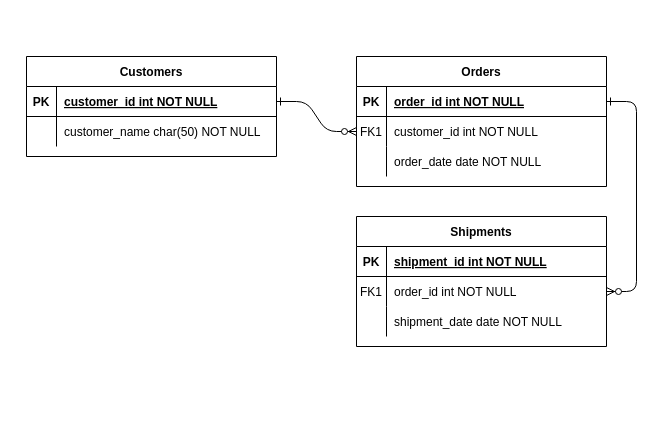
Before: ECサイトER.drawio in hie3-336/rails_ec, a draw.io diagram. Source tidied: cells renumbered, new cells numbered last; positions are measured from the earlier drawing's top-left corner, leaving out a move shared by most shapes. Both pictures are drawn from the tidied source at 100%, with x=0, y=0 at pixel (26, 56).
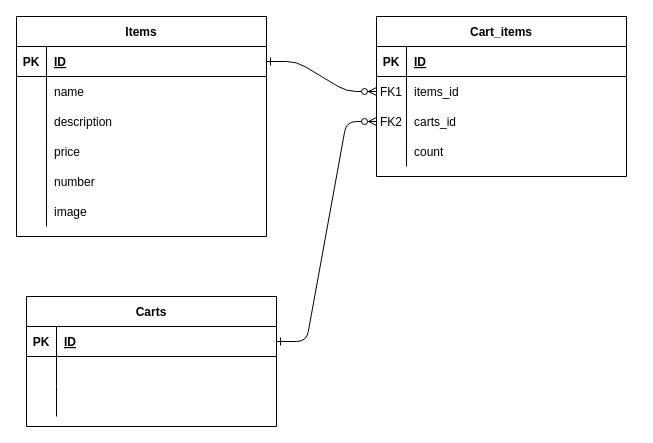
The same diagram, later.

Commit message:
ECサイトER.drawio を更新します

Unchanged cells that the change refers to:
```xml
<mxCell id="5" style="shape=partialRectangle;fillColor=none;points=[[0,0.5],[1,0.5]];portConstraint=eastwest;top=0;left=0;right=0;bottom=1;" parent="4" vertex="1">
  <mxGeometry y="30" width="250" height="30" as="geometry" />
</mxCell>
<mxCell id="8" style="shape=partialRectangle;fillColor=none;points=[[0,0.5],[1,0.5]];portConstraint=eastwest;top=0;left=0;right=0;bottom=0;" parent="4" vertex="1">
  <mxGeometry y="60" width="250" height="30" as="geometry" />
</mxCell>
<mxCell id="11" style="shape=partialRectangle;fillColor=none;points=[[0,0.5],[1,0.5]];portConstraint=eastwest;top=0;left=0;right=0;bottom=0;" parent="4" vertex="1">
  <mxGeometry y="90" width="250" height="30" as="geometry" />
</mxCell>
<mxCell id="15" style="shape=partialRectangle;fillColor=none;points=[[0,0.5],[1,0.5]];portConstraint=eastwest;top=0;left=0;right=0;bottom=1;" parent="14" vertex="1">
  <mxGeometry y="30" width="250" height="30" as="geometry" />
</mxCell>
<mxCell id="18" style="shape=partialRectangle;fillColor=none;points=[[0,0.5],[1,0.5]];portConstraint=eastwest;top=0;left=0;right=0;bottom=0;" parent="14" vertex="1">
  <mxGeometry y="60" width="250" height="30" as="geometry" />
</mxCell>
<mxCell id="21" style="shape=partialRectangle;fillColor=none;top=0;left=0;right=0;bottom=0;" parent="14" vertex="1">
  <mxGeometry y="90" width="250" height="30" as="geometry" />
</mxCell>
<mxCell id="25" style="shape=partialRectangle;fillColor=none;points=[[0,0.5],[1,0.5]];portConstraint=eastwest;top=0;left=0;right=0;bottom=1;" parent="24" vertex="1">
  <mxGeometry y="30" width="250" height="30" as="geometry" />
</mxCell>
<mxCell id="28" style="shape=partialRectangle;fillColor=none;top=0;left=0;right=0;bottom=0;" parent="24" vertex="1">
  <mxGeometry y="60" width="250" height="30" as="geometry" />
</mxCell>
```

Change to the diagram source:
```diff
@@
-    <mxCell id="3" style="edgeStyle=entityRelationEdgeStyle;endArrow=ERzeroToMany;startArrow=ERone;endFill=1;startFill=0;" parent="1" edge="1" source="5" target="18">
-      <mxGeometry relative="1" as="geometry" />
+    <mxCell id="3" style="edgeStyle=entityRelationEdgeStyle;endArrow=ERzeroToMany;startArrow=ERone;endFill=1;startFill=0;entryX=0;entryY=0.5;entryDx=0;entryDy=0;exitX=1;exitY=0.5;exitDx=0;exitDy=0;" parent="1" edge="1" source="15" target="11">
+      <mxGeometry relative="1" as="geometry">
+        <Array as="points">
+          <mxPoint x="350" y="110" />
+        </Array>
+      </mxGeometry>
     </mxCell>
-    <mxCell id="4" value="Orders" style="shape=table;startSize=30;childLayout=tableLayout;rowLines=0;fontStyle=1;align=center;" parent="1" vertex="1">
-      <mxGeometry x="330" width="250" height="130" as="geometry" />
+    <mxCell id="4" value="Cart_items" style="shape=table;startSize=30;childLayout=tableLayout;rowLines=0;fontStyle=1;align=center;" parent="1" vertex="1">
+      <mxGeometry x="350" y="-40" width="250" height="160" as="geometry" />
     </mxCell>
@@
-    <mxCell id="7" value="order_id int NOT NULL " style="shape=partialRectangle;overflow=hidden;fillColor=none;top=0;left=0;bottom=0;right=0;align=left;spacingLeft=6;fontStyle=5;" parent="5" vertex="1">
+    <mxCell id="7" value="ID" style="shape=partialRectangle;overflow=hidden;fillColor=none;top=0;left=0;bottom=0;right=0;align=left;spacingLeft=6;fontStyle=5;" parent="5" vertex="1">
       <mxGeometry x="30" width="220" height="30" as="geometry" />
     </mxCell>
@@
-    <mxCell id="10" value="customer_id int NOT NULL" style="shape=partialRectangle;overflow=hidden;fillColor=none;top=0;left=0;bottom=0;right=0;align=left;spacingLeft=6;" parent="8" vertex="1">
+    <mxCell id="10" value="items_id" style="shape=partialRectangle;overflow=hidden;fillColor=none;top=0;left=0;bottom=0;right=0;align=left;spacingLeft=6;" parent="8" vertex="1">
       <mxGeometry x="30" width="220" height="30" as="geometry" />
     </mxCell>
@@
-    <mxCell id="12" style="shape=partialRectangle;overflow=hidden;fillColor=none;top=0;left=0;bottom=0;right=0;" parent="11" vertex="1">
+    <mxCell id="12" value="FK2" style="shape=partialRectangle;overflow=hidden;fillColor=none;top=0;left=0;bottom=0;right=0;" parent="11" vertex="1">
       <mxGeometry width="30" height="30" as="geometry" />
     </mxCell>
-    <mxCell id="13" value="order_date date NOT NULL" style="shape=partialRectangle;overflow=hidden;fillColor=none;top=0;left=0;bottom=0;right=0;align=left;spacingLeft=6;" parent="11" vertex="1">
+    <mxCell id="13" value="carts_id" style="shape=partialRectangle;overflow=hidden;fillColor=none;top=0;left=0;bottom=0;right=0;align=left;spacingLeft=6;" parent="11" vertex="1">
       <mxGeometry x="30" width="220" height="30" as="geometry" />
     </mxCell>
+    <mxCell id="31" style="shape=partialRectangle;fillColor=none;top=0;left=0;right=0;bottom=0;" parent="4" vertex="1">
+      <mxGeometry y="120" width="250" height="30" as="geometry" />
+    </mxCell>
+    <mxCell id="32" style="shape=partialRectangle;overflow=hidden;fillColor=none;top=0;left=0;bottom=0;right=0;" parent="31" vertex="1">
+      <mxGeometry width="30" height="30" as="geometry" />
+    </mxCell>
+    <mxCell id="33" value="count" style="shape=partialRectangle;overflow=hidden;fillColor=none;top=0;left=0;bottom=0;right=0;align=left;spacingLeft=6;" parent="31" vertex="1">
+      <mxGeometry x="30" width="220" height="30" as="geometry" />
+    </mxCell>
-    <mxCell id="14" value="Shipments" style="shape=table;startSize=30;childLayout=tableLayout;rowLines=0;fontStyle=1;align=center;" parent="1" vertex="1">
-      <mxGeometry x="330" y="160" width="250" height="130" as="geometry" />
+    <mxCell id="14" value="Carts" style="shape=table;startSize=30;childLayout=tableLayout;rowLines=0;fontStyle=1;align=center;" parent="1" vertex="1">
+      <mxGeometry y="240" width="250" height="130" as="geometry" />
     </mxCell>
@@
-    <mxCell id="17" value="shipment_id int NOT NULL " style="shape=partialRectangle;overflow=hidden;fillColor=none;top=0;left=0;bottom=0;right=0;align=left;spacingLeft=6;fontStyle=5;" parent="15" vertex="1">
+    <mxCell id="17" value="ID" style="shape=partialRectangle;overflow=hidden;fillColor=none;top=0;left=0;bottom=0;right=0;align=left;spacingLeft=6;fontStyle=5;" parent="15" vertex="1">
       <mxGeometry x="30" width="220" height="30" as="geometry" />
     </mxCell>
@@
-    <mxCell id="19" value="FK1" style="shape=partialRectangle;overflow=hidden;fillColor=none;top=0;left=0;bottom=0;right=0;" parent="18" vertex="1">
+    <mxCell id="19" style="shape=partialRectangle;overflow=hidden;fillColor=none;top=0;left=0;bottom=0;right=0;" parent="18" vertex="1">
       <mxGeometry width="30" height="30" as="geometry" />
     </mxCell>
-    <mxCell id="20" value="order_id int NOT NULL" style="shape=partialRectangle;overflow=hidden;fillColor=none;top=0;left=0;bottom=0;right=0;align=left;spacingLeft=6;" parent="18" vertex="1">
+    <mxCell id="20" style="shape=partialRectangle;overflow=hidden;fillColor=none;top=0;left=0;bottom=0;right=0;align=left;spacingLeft=6;" parent="18" vertex="1">
       <mxGeometry x="30" width="220" height="30" as="geometry" />
     </mxCell>
@@
-    <mxCell id="23" value="shipment_date date NOT NULL" style="shape=partialRectangle;overflow=hidden;fillColor=none;top=0;left=0;bottom=0;right=0;align=left;spacingLeft=6;" parent="21" vertex="1">
+    <mxCell id="23" style="shape=partialRectangle;overflow=hidden;fillColor=none;top=0;left=0;bottom=0;right=0;align=left;spacingLeft=6;" parent="21" vertex="1">
       <mxGeometry x="30" width="220" height="30" as="geometry" />
     </mxCell>
-    <mxCell id="24" value="Customers" style="shape=table;startSize=30;childLayout=tableLayout;rowLines=0;fontStyle=1;align=center;" parent="1" vertex="1">
-      <mxGeometry width="250" height="100" as="geometry" />
+    <mxCell id="24" value="Items" style="shape=table;startSize=30;childLayout=tableLayout;rowLines=0;fontStyle=1;align=center;" parent="1" vertex="1">
+      <mxGeometry x="-10" y="-40" width="250" height="220" as="geometry" />
     </mxCell>
@@
-    <mxCell id="27" value="customer_id int NOT NULL " style="shape=partialRectangle;overflow=hidden;fillColor=none;top=0;left=0;bottom=0;right=0;align=left;spacingLeft=6;fontStyle=5;" parent="25" vertex="1">
+    <mxCell id="27" value="ID" style="shape=partialRectangle;overflow=hidden;fillColor=none;top=0;left=0;bottom=0;right=0;align=left;spacingLeft=6;fontStyle=5;" parent="25" vertex="1">
       <mxGeometry x="30" width="220" height="30" as="geometry" />
     </mxCell>
@@
-    <mxCell id="30" value="customer_name char(50) NOT NULL" style="shape=partialRectangle;overflow=hidden;fillColor=none;top=0;left=0;bottom=0;right=0;align=left;spacingLeft=6;" parent="28" vertex="1">
+    <mxCell id="30" value="name" style="shape=partialRectangle;overflow=hidden;fillColor=none;top=0;left=0;bottom=0;right=0;align=left;spacingLeft=6;" parent="28" vertex="1">
       <mxGeometry x="30" width="220" height="30" as="geometry" />
     </mxCell>
+    <mxCell id="34" style="shape=partialRectangle;fillColor=none;top=0;left=0;right=0;bottom=0;" parent="24" vertex="1">
+      <mxGeometry y="90" width="250" height="30" as="geometry" />
+    </mxCell>
+    <mxCell id="35" style="shape=partialRectangle;overflow=hidden;fillColor=none;top=0;left=0;bottom=0;right=0;" parent="34" vertex="1">
+      <mxGeometry width="30" height="30" as="geometry" />
+    </mxCell>
+    <mxCell id="36" value="description" style="shape=partialRectangle;overflow=hidden;fillColor=none;top=0;left=0;bottom=0;right=0;align=left;spacingLeft=6;" parent="34" vertex="1">
+      <mxGeometry x="30" width="220" height="30" as="geometry" />
+    </mxCell>
+    <mxCell id="37" style="shape=partialRectangle;fillColor=none;top=0;left=0;right=0;bottom=0;" parent="24" vertex="1">
+      <mxGeometry y="120" width="250" height="30" as="geometry" />
+    </mxCell>
+    <mxCell id="38" style="shape=partialRectangle;overflow=hidden;fillColor=none;top=0;left=0;bottom=0;right=0;" parent="37" vertex="1">
+      <mxGeometry width="30" height="30" as="geometry" />
+    </mxCell>
+    <mxCell id="39" value="price" style="shape=partialRectangle;overflow=hidden;fillColor=none;top=0;left=0;bottom=0;right=0;align=left;spacingLeft=6;" parent="37" vertex="1">
+      <mxGeometry x="30" width="220" height="30" as="geometry" />
+    </mxCell>
+    <mxCell id="40" style="shape=partialRectangle;fillColor=none;top=0;left=0;right=0;bottom=0;" parent="24" vertex="1">
+      <mxGeometry y="150" width="250" height="30" as="geometry" />
+    </mxCell>
+    <mxCell id="41" style="shape=partialRectangle;overflow=hidden;fillColor=none;top=0;left=0;bottom=0;right=0;" parent="40" vertex="1">
+      <mxGeometry width="30" height="30" as="geometry" />
+    </mxCell>
+    <mxCell id="42" value="number" style="shape=partialRectangle;overflow=hidden;fillColor=none;top=0;left=0;bottom=0;right=0;align=left;spacingLeft=6;" parent="40" vertex="1">
+      <mxGeometry x="30" width="220" height="30" as="geometry" />
+    </mxCell>
+    <mxCell id="43" style="shape=partialRectangle;fillColor=none;top=0;left=0;right=0;bottom=0;" parent="24" vertex="1">
+      <mxGeometry y="180" width="250" height="30" as="geometry" />
+    </mxCell>
+    <mxCell id="44" style="shape=partialRectangle;overflow=hidden;fillColor=none;top=0;left=0;bottom=0;right=0;" parent="43" vertex="1">
+      <mxGeometry width="30" height="30" as="geometry" />
+    </mxCell>
+    <mxCell id="45" value="image" style="shape=partialRectangle;overflow=hidden;fillColor=none;top=0;left=0;bottom=0;right=0;align=left;spacingLeft=6;" parent="43" vertex="1">
+      <mxGeometry x="30" width="220" height="30" as="geometry" />
+    </mxCell>
```
